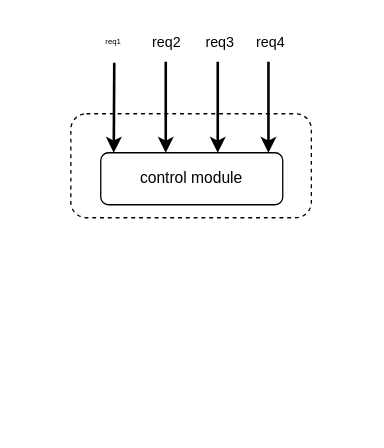
This is 在线A/B实验框架.drawio from ronxiao/hello-world, a draw.io file, before an edit. Source tidied: cells renumbered, new cells numbered last; positions are measured from the earlier drawing's top-left corner, leaving out a move shared by most shapes. Both pictures are drawn from the tidied source at 130%, with x=0, y=0 at pixel (70, 22).
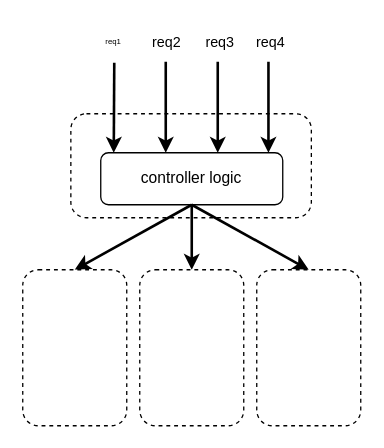
Above is the later version.

Diff of the diagram source:
```diff
@@
-    <mxCell id="7" value="control module" style="rounded=1;whiteSpace=wrap;html=1;" parent="1" vertex="1">
+    <mxCell id="7" value="controller logic" style="rounded=1;whiteSpace=wrap;html=1;" parent="1" vertex="1">
       <mxGeometry x="23" y="100" width="140" height="40" as="geometry" />
     </mxCell>
@@
+    <mxCell id="12" style="endArrow=classic;html=1;strokeWidth=2;exitX=0.5;exitY=1;exitDx=0;exitDy=0;" parent="1" edge="1" source="7">
+      <mxGeometry relative="1" as="geometry">
+        <mxPoint x="3" y="190" as="targetPoint" />
+      </mxGeometry>
+    </mxCell>
+    <mxCell id="13" style="endArrow=classic;html=1;strokeWidth=2;" parent="1" edge="1">
+      <mxGeometry relative="1" as="geometry">
+        <mxPoint x="93" y="140" as="sourcePoint" />
+        <mxPoint x="93" y="190" as="targetPoint" />
+      </mxGeometry>
+    </mxCell>
+    <mxCell id="14" style="endArrow=classic;html=1;strokeWidth=2;" parent="1" edge="1">
+      <mxGeometry relative="1" as="geometry">
+        <mxPoint x="93" y="140" as="sourcePoint" />
+        <mxPoint x="183" y="190" as="targetPoint" />
+      </mxGeometry>
+    </mxCell>
+    <mxCell id="15" style="rounded=1;whiteSpace=wrap;html=1;dashed=1;" parent="1" vertex="1">
+      <mxGeometry x="-37" y="190" width="80" height="120" as="geometry" />
+    </mxCell>
+    <mxCell id="16" style="rounded=1;whiteSpace=wrap;html=1;dashed=1;" parent="1" vertex="1">
+      <mxGeometry x="53" y="190" width="80" height="120" as="geometry" />
+    </mxCell>
+    <mxCell id="17" style="rounded=1;whiteSpace=wrap;html=1;dashed=1;" parent="1" vertex="1">
+      <mxGeometry x="143" y="190" width="80" height="120" as="geometry" />
+    </mxCell>
```
